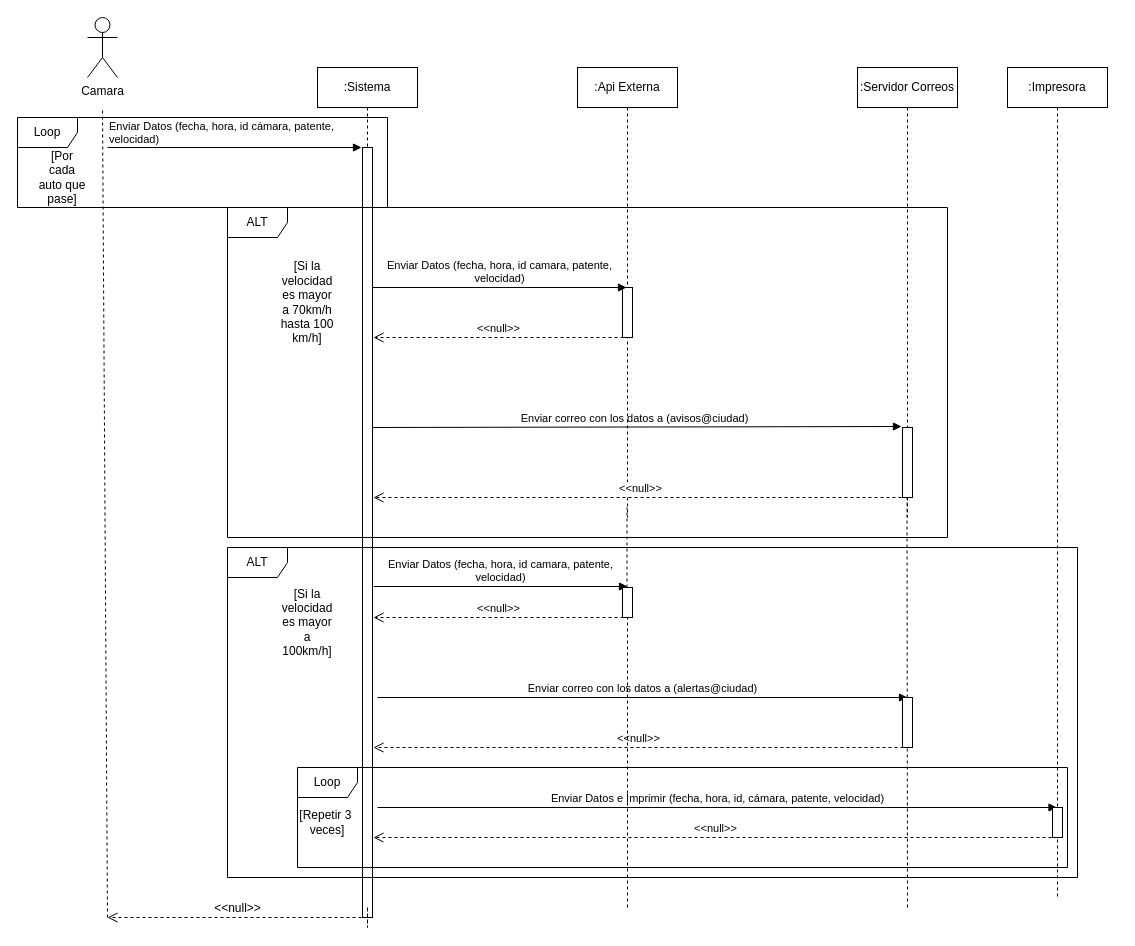
The draw.io diagram Diagrama sin título.drawio in Ian2002-ins/izo-isw1-tpds, before the edit. Source tidied: cells renumbered, new cells numbered last; positions are measured from the earlier drawing's top-left corner, leaving out a move shared by most shapes. Both pictures are drawn from the tidied source at 100%, with x=0, y=0 at pixel (17, 17).
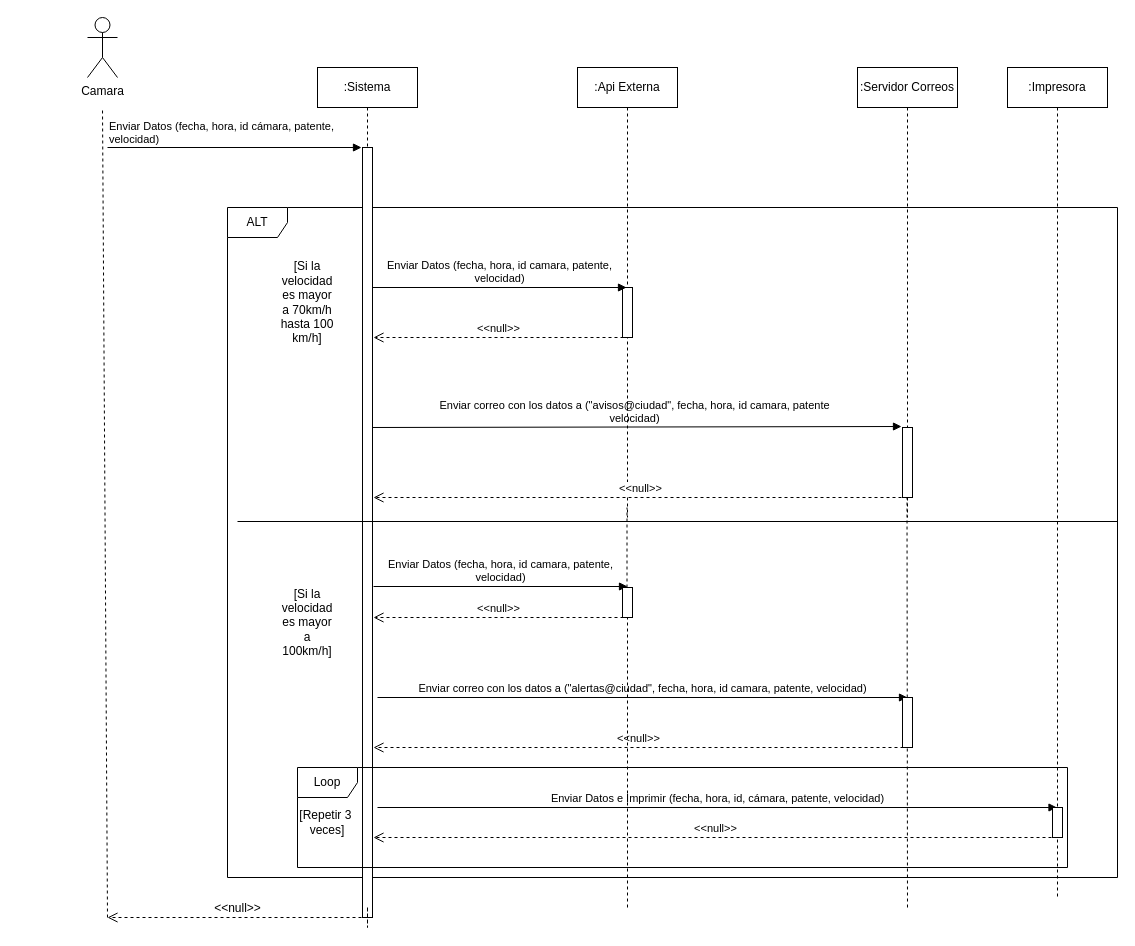
Above is the later version.

Unchanged cells that the change refers to:
```xml
<mxCell id="4" value=":Sistema&lt;br&gt;" style="shape=umlLifeline;perimeter=lifelinePerimeter;whiteSpace=wrap;html=1;" parent="1" vertex="1">
  <mxGeometry x="300" y="50" width="100" height="850" as="geometry" />
</mxCell>
<mxCell id="15" style="html=1;points=[];perimeter=orthogonalPerimeter;strokeColor=default;fontFamily=Helvetica;fontSize=12;fontColor=default;fillColor=default;" parent="13" vertex="1">
  <mxGeometry x="45" y="360" width="10" height="70" as="geometry" />
</mxCell>
```

The edit, as a diff of the source:
```diff
@@
+    <mxCell id="34" value="ALT" style="shape=umlFrame;whiteSpace=wrap;html=1;strokeColor=default;fontFamily=Helvetica;fontSize=12;fontColor=default;fillColor=default;" parent="1" vertex="1">
+      <mxGeometry x="210" y="190" width="890" height="670" as="geometry" />
+    </mxCell>
+    <mxCell id="24" value="Enviar correo con los datos a (&quot;alertas@ciudad&quot;, fecha, hora, id camara, patente, velocidad)" style="html=1;verticalAlign=bottom;endArrow=block;rounded=0;" parent="1" edge="1">
+      <mxGeometry relative="1" as="geometry">
+        <mxPoint x="360" y="680" as="sourcePoint" />
+        <mxPoint x="890" y="680" as="targetPoint" />
+      </mxGeometry>
+    </mxCell>
@@
-    <mxCell id="5" value="Enviar correo con los datos a (avisos@ciudad)" style="html=1;verticalAlign=bottom;endArrow=block;rounded=0;entryX=-0.1;entryY=-0.014;entryDx=0;entryDy=0;entryPerimeter=0;" parent="4" edge="1" target="15">
+    <mxCell id="5" value="Enviar correo con los datos a (&quot;avisos@ciudad&quot;, fecha, hora, id camara, patente&lt;br&gt;velocidad)" style="html=1;verticalAlign=bottom;endArrow=block;rounded=0;entryX=-0.1;entryY=-0.014;entryDx=0;entryDy=0;entryPerimeter=0;" parent="4" edge="1" target="15">
       <mxGeometry relative="1" as="geometry">
         <mxPoint x="50" y="360" as="sourcePoint" />
       </mxGeometry>
     </mxCell>
@@
-    <mxCell id="17" value="[Por cada auto que pase]" style="text;html=1;strokeColor=none;fillColor=none;align=center;verticalAlign=middle;whiteSpace=wrap;rounded=0;" parent="1" vertex="1">
-      <mxGeometry x="20" y="150" width="50" height="20" as="geometry" />
-    </mxCell>
@@
-    <mxCell id="24" value="Enviar correo con los datos a (alertas@ciudad)" style="html=1;verticalAlign=bottom;endArrow=block;rounded=0;" parent="1" edge="1">
-      <mxGeometry relative="1" as="geometry">
-        <mxPoint x="360" y="680" as="sourcePoint" />
-        <mxPoint x="890" y="680" as="targetPoint" />
-      </mxGeometry>
-    </mxCell>
@@
-    <mxCell id="34" value="ALT" style="shape=umlFrame;whiteSpace=wrap;html=1;strokeColor=default;fontFamily=Helvetica;fontSize=12;fontColor=default;fillColor=default;" parent="1" vertex="1">
-      <mxGeometry x="210" y="190" width="720" height="330" as="geometry" />
-    </mxCell>
-    <mxCell id="35" value="ALT" style="shape=umlFrame;whiteSpace=wrap;html=1;strokeColor=default;fontFamily=Helvetica;fontSize=12;fontColor=default;fillColor=default;" parent="1" vertex="1">
-      <mxGeometry x="210" y="530" width="850" height="330" as="geometry" />
-    </mxCell>
@@
-    <mxCell id="38" value="Loop" style="shape=umlFrame;whiteSpace=wrap;html=1;strokeColor=default;fontFamily=Helvetica;fontSize=12;fontColor=default;fillColor=default;" parent="1" vertex="1">
-      <mxGeometry y="100" width="370" height="90" as="geometry" />
-    </mxCell>
+    <mxCell id="39" style="line;strokeWidth=1;fillColor=none;align=left;verticalAlign=middle;spacingTop=-1;spacingLeft=3;spacingRight=3;labelPosition=right;strokeColor=inherit;" parent="1" vertex="1">
+      <mxGeometry x="220" y="500" width="880" height="8" as="geometry" />
+    </mxCell>
```
